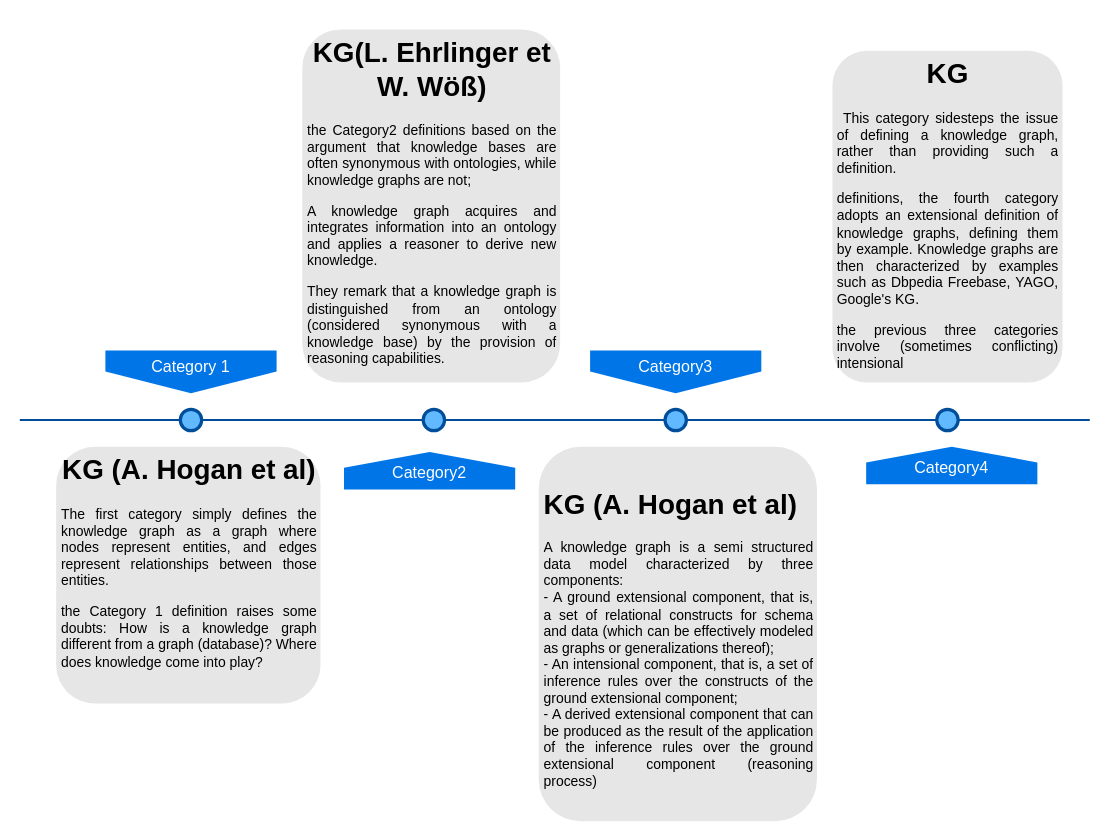
bilalbenma/codingGame keeps this draw.io diagram as Untitled Diagram.drawio. Above is the earlier version. Source tidied: cells renumbered, new cells numbered last; positions are measured from the earlier drawing's top-left corner, leaving out a move shared by most shapes. Both pictures are drawn from the tidied source at 107%, with x=0, y=0 at pixel (19, 29).
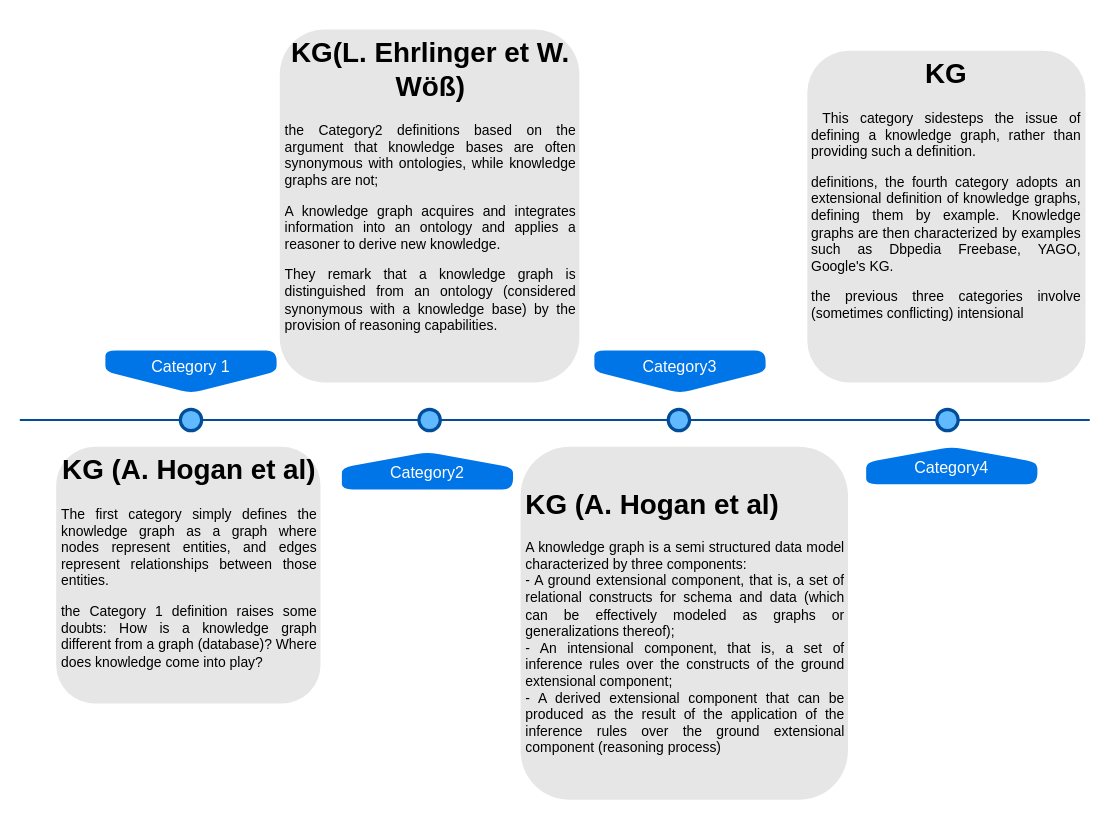
Above is the later version.

Change to the diagram source:
```diff
@@
-<mxGraphModel>
+<mxGraphModel background="#ffffff">
   <root>
     <mxCell id="0" />
     <mxCell id="1" parent="0" />
-    <mxCell id="2" style="line;strokeWidth=2;html=1;fillColor=none;fontSize=28;fontColor=#004D99;strokeColor=#004D99;" parent="1" vertex="1">
+    <mxCell id="2" style="line;strokeWidth=2;html=1;fillColor=none;fontSize=28;fontColor=#004D99;strokeColor=#004D99;rounded=1;" parent="1" vertex="1">
       <mxGeometry y="360" width="1000" height="10" as="geometry" />
     </mxCell>
-    <mxCell id="3" value="Category 1" style="shape=offPageConnector;whiteSpace=wrap;html=1;fillColor=#0075E8;fontSize=15;fontColor=#FFFFFF;size=0.5093750000000015;verticalAlign=top;strokeColor=none;" parent="1" vertex="1">
+    <mxCell id="3" value="Category 1" style="shape=offPageConnector;whiteSpace=wrap;html=1;fillColor=#0075E8;fontSize=15;fontColor=#FFFFFF;size=0.5093750000000015;verticalAlign=top;strokeColor=none;rounded=1;" parent="1" vertex="1">
       <mxGeometry x="80" y="300" width="160" height="40" as="geometry" />
     </mxCell>
-    <mxCell id="4" value="Category3" style="shape=offPageConnector;whiteSpace=wrap;html=1;fillColor=#0075E8;fontSize=15;fontColor=#FFFFFF;size=0.5093750000000015;verticalAlign=top;strokeColor=none;" parent="1" vertex="1">
-      <mxGeometry x="533" y="300" width="160" height="40" as="geometry" />
+    <mxCell id="4" value="Category3" style="shape=offPageConnector;whiteSpace=wrap;html=1;fillColor=#0075E8;fontSize=15;fontColor=#FFFFFF;size=0.5093750000000015;verticalAlign=top;strokeColor=none;rounded=1;" parent="1" vertex="1">
+      <mxGeometry x="537" y="300" width="160" height="40" as="geometry" />
     </mxCell>
-    <mxCell id="5" value="Category4" style="shape=offPageConnector;whiteSpace=wrap;html=1;fillColor=#0075E8;fontSize=15;fontColor=#FFFFFF;size=0.4178571428571445;flipV=1;verticalAlign=bottom;strokeColor=none;spacingBottom=4;" parent="1" vertex="1">
+    <mxCell id="5" value="Category4" style="shape=offPageConnector;whiteSpace=wrap;html=1;fillColor=#0075E8;fontSize=15;fontColor=#FFFFFF;size=0.4178571428571445;flipV=1;verticalAlign=bottom;strokeColor=none;spacingBottom=4;rounded=1;" parent="1" vertex="1">
       <mxGeometry x="791" y="390" width="160" height="35" as="geometry" />
     </mxCell>
-    <mxCell id="6" style="ellipse;whiteSpace=wrap;html=1;fillColor=#61BAFF;fontSize=28;fontColor=#004D99;strokeWidth=3;strokeColor=#004D99;" parent="1" vertex="1">
+    <mxCell id="6" style="ellipse;whiteSpace=wrap;html=1;fillColor=#61BAFF;fontSize=28;fontColor=#004D99;strokeWidth=3;strokeColor=#004D99;rounded=1;" parent="1" vertex="1">
       <mxGeometry x="150" y="355" width="20" height="20" as="geometry" />
     </mxCell>
-    <mxCell id="7" style="ellipse;whiteSpace=wrap;html=1;fillColor=#61BAFF;fontSize=28;fontColor=#004D99;strokeWidth=3;strokeColor=#004D99;" parent="1" vertex="1">
-      <mxGeometry x="377" y="355" width="20" height="20" as="geometry" />
+    <mxCell id="7" style="ellipse;whiteSpace=wrap;html=1;fillColor=#61BAFF;fontSize=28;fontColor=#004D99;strokeWidth=3;strokeColor=#004D99;rounded=1;" parent="1" vertex="1">
+      <mxGeometry x="373" y="355" width="20" height="20" as="geometry" />
     </mxCell>
-    <mxCell id="8" style="ellipse;whiteSpace=wrap;html=1;fillColor=#61BAFF;fontSize=28;fontColor=#004D99;strokeWidth=3;strokeColor=#004D99;" parent="1" vertex="1">
-      <mxGeometry x="603" y="355" width="20" height="20" as="geometry" />
+    <mxCell id="8" style="ellipse;whiteSpace=wrap;html=1;fillColor=#61BAFF;fontSize=28;fontColor=#004D99;strokeWidth=3;strokeColor=#004D99;rounded=1;" parent="1" vertex="1">
+      <mxGeometry x="606" y="355" width="20" height="20" as="geometry" />
     </mxCell>
-    <mxCell id="9" style="ellipse;whiteSpace=wrap;html=1;fillColor=#61BAFF;fontSize=28;fontColor=#004D99;strokeWidth=3;strokeColor=#004D99;" parent="1" vertex="1">
+    <mxCell id="9" style="ellipse;whiteSpace=wrap;html=1;fillColor=#61BAFF;fontSize=28;fontColor=#004D99;strokeWidth=3;strokeColor=#004D99;rounded=1;" parent="1" vertex="1">
       <mxGeometry x="857" y="355" width="20" height="20" as="geometry" />
     </mxCell>
     <mxCell id="10" value="&lt;h1 align=&quot;center&quot;&gt;KG (A. Hogan et al)&lt;br&gt;&lt;/h1&gt;&lt;p align=&quot;justify&quot;&gt;The first category simply defines the knowledge graph as a graph where nodes represent entities, and edges represent relationships between those entities.&lt;/p&gt;&lt;p align=&quot;justify&quot;&gt;the Category 1 definition raises some doubts: How is a knowledge graph different from a graph (database)? Where does knowledge come into play?&lt;br&gt;&lt;/p&gt;" style="text;html=1;spacing=5;spacingTop=-20;whiteSpace=wrap;overflow=hidden;strokeColor=none;strokeWidth=3;fillColor=#E6E6E6;fontSize=13;fontColor=#000000;align=left;rounded=1;" parent="1" vertex="1">
       <mxGeometry x="34" y="390" width="247" height="240" as="geometry" />
     </mxCell>
     <mxCell id="11" value="&lt;h1 align=&quot;center&quot;&gt;KG(L. Ehrlinger et W. Wöß)&lt;br&gt;&lt;/h1&gt;&lt;p align=&quot;justify&quot;&gt;the Category2 definitions based on the argument that knowledge bases are often synonymous with ontologies, while knowledge graphs are not;&lt;/p&gt;&lt;p align=&quot;justify&quot;&gt;A knowledge graph acquires and integrates information into an ontology and applies a reasoner to derive new knowledge.&lt;/p&gt;&lt;p align=&quot;justify&quot;&gt;They remark that a knowledge graph is distinguished from an ontology (considered synonymous with a knowledge base) by the provision of reasoning capabilities.&lt;br&gt;&lt;/p&gt;" style="text;html=1;spacing=5;spacingTop=-20;whiteSpace=wrap;overflow=hidden;strokeColor=none;strokeWidth=3;fillColor=#E6E6E6;fontSize=13;fontColor=#000000;align=left;rounded=1;" parent="1" vertex="1">
-      <mxGeometry x="264" width="241" height="330" as="geometry" />
+      <mxGeometry x="243" width="280" height="330" as="geometry" />
     </mxCell>
     <mxCell id="12" value="&lt;div align=&quot;left&quot;&gt;&lt;br&gt;&lt;/div&gt;&lt;div align=&quot;justify&quot;&gt;&amp;nbsp;&amp;nbsp; &lt;br&gt;&lt;/div&gt;&lt;div align=&quot;justify&quot;&gt;&lt;h1&gt;KG (A. Hogan et al)&lt;/h1&gt;&lt;/div&gt;&lt;div align=&quot;justify&quot;&gt;A knowledge graph is a semi structured data model characterized by three components:&lt;/div&gt;&lt;div align=&quot;justify&quot;&gt;- A ground extensional component, that is, a set of relational constructs for schema and data (which can be effectively modeled as graphs or generalizations thereof);&lt;/div&gt;&lt;div align=&quot;justify&quot;&gt;- An intensional component, that is, a set of inference rules over the constructs of the ground extensional component;&lt;/div&gt;&lt;div align=&quot;justify&quot;&gt;- A derived extensional component that can be produced as the result of the application of the inference rules over the ground extensional component (reasoning process)&lt;br&gt;&lt;/div&gt;" style="text;html=1;spacing=5;spacingTop=-20;whiteSpace=wrap;overflow=hidden;strokeColor=none;strokeWidth=3;fillColor=#E6E6E6;fontSize=13;fontColor=#000000;align=left;rounded=1;" parent="1" vertex="1">
-      <mxGeometry x="485" y="390" width="260" height="350" as="geometry" />
+      <mxGeometry x="468" y="390" width="306" height="330" as="geometry" />
     </mxCell>
     <mxCell id="13" value="&lt;h1&gt;KG&lt;/h1&gt;&lt;p align=&quot;justify&quot;&gt;&amp;nbsp;This category sidesteps the issue of defining a knowledge graph, rather than providing such a definition.&lt;/p&gt;&lt;p align=&quot;justify&quot;&gt;definitions, the fourth category adopts an extensional definition of knowledge graphs, defining them by example. Knowledge graphs are then characterized by examples such as Dbpedia Freebase, YAGO, Google's KG.&lt;/p&gt;&lt;p align=&quot;justify&quot;&gt;the previous three categories involve (sometimes conflicting) intensional&lt;br&gt;&lt;/p&gt;" style="text;html=1;spacing=5;spacingTop=-20;whiteSpace=wrap;overflow=hidden;strokeColor=none;strokeWidth=3;fillColor=#E6E6E6;fontSize=13;fontColor=#000000;align=center;rounded=1;" parent="1" vertex="1">
-      <mxGeometry x="759.5" y="20" width="215" height="310" as="geometry" />
+      <mxGeometry x="736" y="20" width="260" height="310" as="geometry" />
     </mxCell>
-    <mxCell id="14" value="Category2" style="shape=offPageConnector;whiteSpace=wrap;html=1;fillColor=#0075E8;fontSize=15;fontColor=#FFFFFF;size=0.4178571428571445;flipV=1;verticalAlign=bottom;strokeColor=none;spacingBottom=4;" parent="1" vertex="1">
-      <mxGeometry x="303" y="395" width="160" height="35" as="geometry" />
+    <mxCell id="14" value="Category2" style="shape=offPageConnector;whiteSpace=wrap;html=1;fillColor=#0075E8;fontSize=15;fontColor=#FFFFFF;size=0.4178571428571445;flipV=1;verticalAlign=bottom;strokeColor=none;spacingBottom=4;rounded=1;" parent="1" vertex="1">
+      <mxGeometry x="301" y="395" width="160" height="35" as="geometry" />
     </mxCell>
   </root>
 </mxGraphModel>
```
